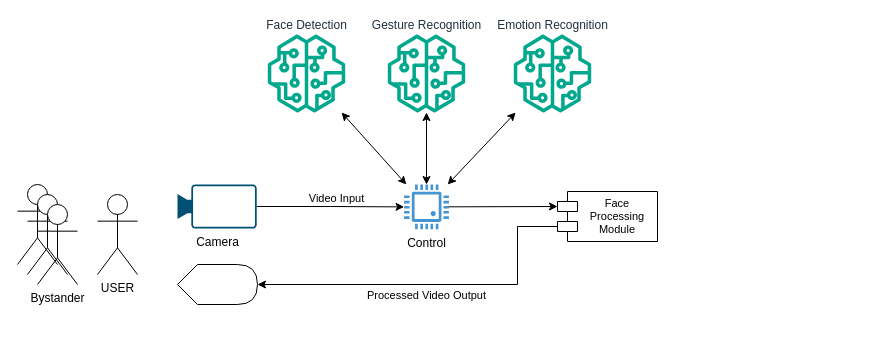
Earlier version of the draw.io diagram doc/HLD_source.drawio (Team-Intel-Edge-AI/OnTheEdge). Source tidied: cells renumbered, new cells numbered last; positions are measured from the earlier drawing's top-left corner, leaving out a move shared by most shapes. Both pictures are drawn from the tidied source at 100%, with x=0, y=0 at pixel (17, 34).
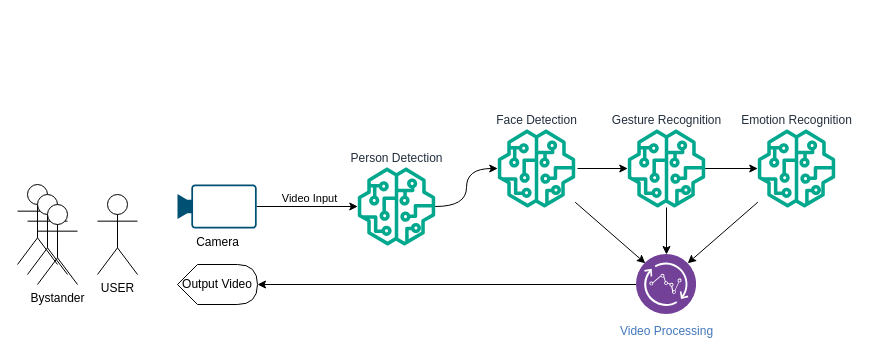
The same page after the edit.

Commit message (it also covers changes not shown here):
Updated high-level design diagram

The change refers to these unchanged cells:
```xml
<mxCell id="5" value="Camera" style="points=[[0,0.5,0],[0.19,0.02,0],[0.59,0,0],[0.985,0.02,0],[1,0.5,0],[0.985,0.98,0],[0.59,1,0],[0.19,0.98,0]];verticalLabelPosition=bottom;sketch=0;html=1;verticalAlign=top;align=center;shape=mxgraph.cisco19.camera;fillColor=#005073;strokeColor=none;" parent="1" vertex="1">
  <mxGeometry x="160" y="150" width="79.2" height="44" as="geometry" />
</mxCell>
```

Diff of the diagram source:
```diff
@@
-    <mxCell id="3" style="edgeStyle=orthogonalEdgeStyle;rounded=0;jettySize=auto;html=1;exitX=1;exitY=0.5;exitDx=0;exitDy=0;exitPerimeter=0;" parent="1" edge="1" source="5" target="8">
+    <mxCell id="3" style="edgeStyle=orthogonalEdgeStyle;rounded=0;jettySize=auto;html=1;exitX=1;exitY=0.5;exitDx=0;exitDy=0;exitPerimeter=0;" parent="1" edge="1" source="5" target="21">
       <mxGeometry relative="1" as="geometry" />
     </mxCell>
@@
     <mxCell id="6" value="Face Detection" style="sketch=0;outlineConnect=0;fontColor=#232F3E;gradientColor=none;fillColor=#01A88D;strokeColor=none;dashed=0;verticalLabelPosition=top;verticalAlign=bottom;align=center;html=1;fontSize=12;fontStyle=0;shape=mxgraph.aws4.sagemaker_model;labelPosition=center;" parent="1" vertex="1">
-      <mxGeometry x="250" width="78" height="78" as="geometry" />
+      <mxGeometry x="480" y="95" width="78" height="78" as="geometry" />
     </mxCell>
     <mxCell id="7" value="Gesture Recognition" style="sketch=0;outlineConnect=0;fontColor=#232F3E;gradientColor=none;fillColor=#01A88D;strokeColor=none;dashed=0;verticalLabelPosition=top;verticalAlign=bottom;align=center;html=1;fontSize=12;fontStyle=0;shape=mxgraph.aws4.sagemaker_model;labelPosition=center;" parent="1" vertex="1">
-      <mxGeometry x="370" width="78" height="78" as="geometry" />
+      <mxGeometry x="610" y="95" width="78" height="78" as="geometry" />
     </mxCell>
-    <mxCell id="8" value="Control" style="shadow=0;dashed=0;html=1;strokeColor=none;fillColor=#4495D1;labelPosition=center;verticalLabelPosition=bottom;verticalAlign=top;align=center;outlineConnect=0;shape=mxgraph.veeam.cpu;" parent="1" vertex="1">
-      <mxGeometry x="386.6" y="150" width="44.8" height="44.8" as="geometry" />
-    </mxCell>
     <mxCell id="9" value="Emotion Recognition" style="sketch=0;outlineConnect=0;fontColor=#232F3E;gradientColor=none;fillColor=#01A88D;strokeColor=none;dashed=0;verticalLabelPosition=top;verticalAlign=bottom;align=center;html=1;fontSize=12;fontStyle=0;shape=mxgraph.aws4.sagemaker_model;labelPosition=center;" parent="1" vertex="1">
-      <mxGeometry x="496" width="78" height="78" as="geometry" />
+      <mxGeometry x="740" y="95" width="78" height="78" as="geometry" />
     </mxCell>
@@
-    <mxCell id="13" style="endArrow=classic;startArrow=classic;html=1;rounded=0;" parent="1" edge="1" source="8" target="7">
-      <mxGeometry relative="1" as="geometry" />
-    </mxCell>
-    <mxCell id="14" style="endArrow=classic;startArrow=classic;html=1;rounded=0;" parent="1" edge="1" source="8" target="6">
-      <mxGeometry relative="1" as="geometry" />
-    </mxCell>
-    <mxCell id="15" style="endArrow=classic;startArrow=classic;html=1;rounded=0;" parent="1" edge="1" source="8" target="9">
-      <mxGeometry relative="1" as="geometry" />
-    </mxCell>
-    <mxCell id="16" value="Face Processing Module" style="shape=module;align=center;spacingLeft=20;align=center;verticalAlign=middle;whiteSpace=wrap;html=1;labelPosition=center;verticalLabelPosition=middle;fontSize=11;" parent="1" vertex="1">
-      <mxGeometry x="540" y="157" width="100" height="50" as="geometry" />
-    </mxCell>
-    <mxCell id="17" style="endArrow=classic;html=1;rounded=0;entryX=0;entryY=0;entryDx=0;entryDy=15;entryPerimeter=0;" parent="1" edge="1" source="8" target="16">
-      <mxGeometry relative="1" as="geometry" />
-    </mxCell>
-    <mxCell id="18" style="shape=display;whiteSpace=wrap;html=1;" parent="1" vertex="1">
+    <mxCell id="18" value="Output Video" style="shape=display;whiteSpace=wrap;html=1;" parent="1" vertex="1">
       <mxGeometry x="160" y="230" width="80" height="40" as="geometry" />
     </mxCell>
-    <mxCell id="19" style="endArrow=classic;html=1;rounded=0;entryX=1;entryY=0.5;entryDx=0;entryDy=0;entryPerimeter=0;exitX=0;exitY=0;exitDx=0;exitDy=35;exitPerimeter=0;" parent="1" edge="1" source="16" target="18">
-      <mxGeometry relative="1" as="geometry">
-        <Array as="points">
-          <mxPoint x="500" y="192" />
-          <mxPoint x="500" y="250" />
-        </Array>
-      </mxGeometry>
-    </mxCell>
-    <mxCell id="20" value="Processed Video Output" style="edgeLabel;html=1;align=center;verticalAlign=middle;" parent="19" vertex="1">
-      <mxGeometry x="0.06" y="-1" relative="1" as="geometry">
-        <mxPoint y="11" as="offset" />
-      </mxGeometry>
-    </mxCell>
+    <mxCell id="21" value="Person Detection" style="sketch=0;outlineConnect=0;fontColor=#232F3E;gradientColor=none;fillColor=#01A88D;strokeColor=none;dashed=0;verticalLabelPosition=top;verticalAlign=bottom;align=center;html=1;fontSize=12;fontStyle=0;shape=mxgraph.aws4.sagemaker_model;labelPosition=center;" parent="1" vertex="1">
+      <mxGeometry x="340" y="133" width="78" height="78" as="geometry" />
+    </mxCell>
+    <mxCell id="22" style="endArrow=classic;html=1;rounded=0;edgeStyle=orthogonalEdgeStyle;curved=1;" parent="1" edge="1" source="21" target="6">
+      <mxGeometry relative="1" as="geometry" />
+    </mxCell>
+    <mxCell id="23" style="endArrow=classic;html=1;rounded=0;exitX=1.03;exitY=0.5;exitDx=0;exitDy=0;exitPerimeter=0;" parent="1" edge="1" source="6" target="7">
+      <mxGeometry relative="1" as="geometry" />
+    </mxCell>
+    <mxCell id="24" style="endArrow=classic;html=1;rounded=0;" parent="1" edge="1" source="7" target="9">
+      <mxGeometry relative="1" as="geometry" />
+    </mxCell>
+    <mxCell id="25" style="endArrow=classic;html=1;rounded=0;entryX=1;entryY=0.5;entryDx=0;entryDy=0;entryPerimeter=0;exitX=0;exitY=0.5;exitDx=0;exitDy=0;" parent="1" edge="1" source="26" target="18">
+      <mxGeometry relative="1" as="geometry" />
+    </mxCell>
+    <mxCell id="26" value="Video Processing" style="image;perimeter=ellipsePerimeter;html=1;align=center;shadow=0;dashed=0;fontColor=#4277BB;labelBackgroundColor=default;fontSize=12;spacingTop=3;image=img/lib/ibm/analytics/streaming_computing.svg;" parent="1" vertex="1">
+      <mxGeometry x="619" y="220" width="60" height="60" as="geometry" />
+    </mxCell>
+    <mxCell id="27" style="endArrow=classic;html=1;rounded=0;entryX=0;entryY=0;entryDx=0;entryDy=0;" parent="1" edge="1" source="6" target="26">
+      <mxGeometry relative="1" as="geometry" />
+    </mxCell>
+    <mxCell id="28" style="endArrow=classic;html=1;rounded=0;entryX=1;entryY=0;entryDx=0;entryDy=0;" parent="1" edge="1" source="9" target="26">
+      <mxGeometry relative="1" as="geometry" />
+    </mxCell>
+    <mxCell id="29" style="endArrow=classic;html=1;rounded=0;entryX=0.5;entryY=0;entryDx=0;entryDy=0;" parent="1" edge="1" source="7" target="26">
+      <mxGeometry relative="1" as="geometry" />
+    </mxCell>
```
